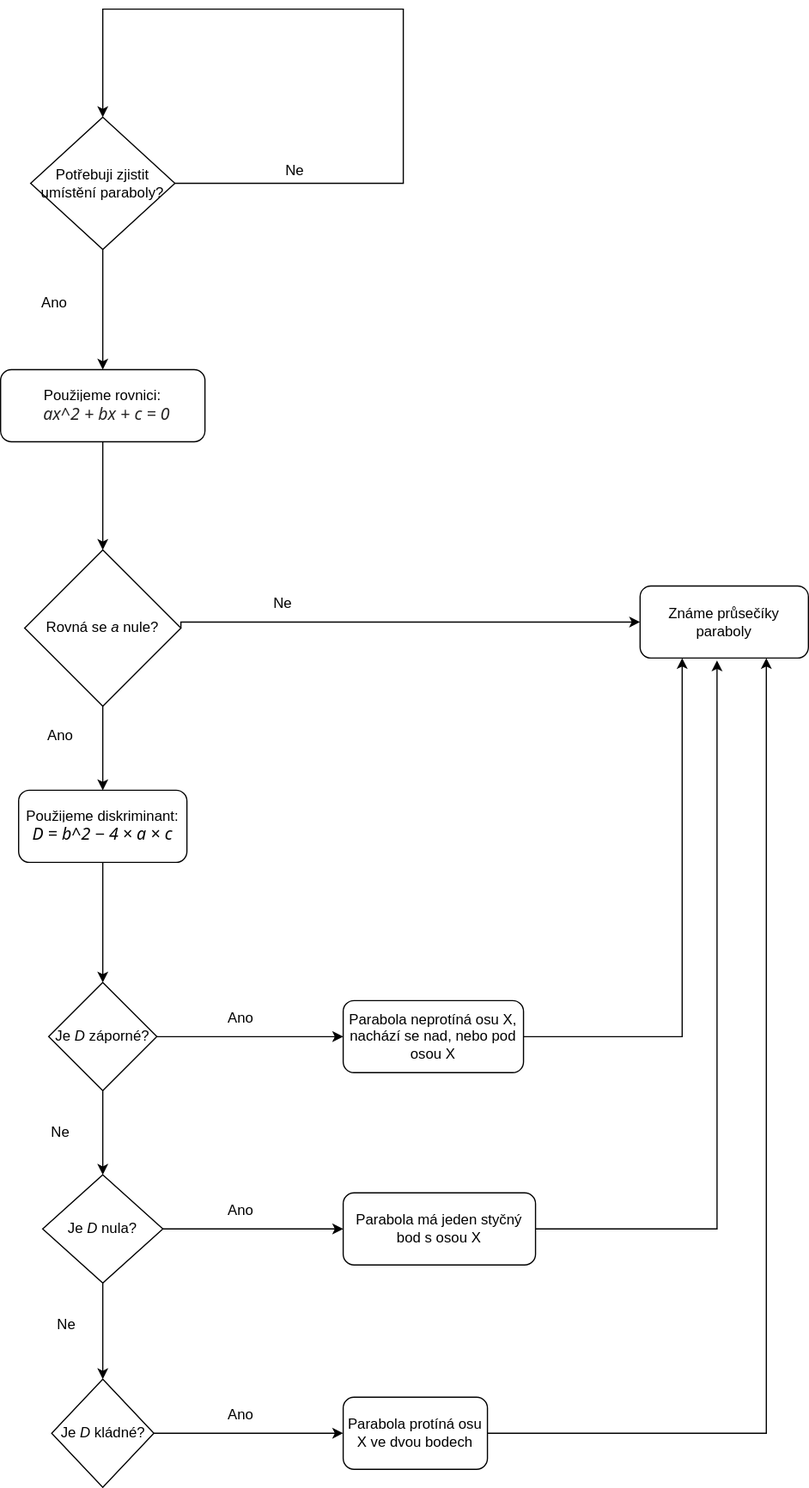
Before: Pisemka.drawio.svg, a diagram exported from draw.io (JakesJakub/diagrams1.net). Source tidied: cells renumbered, new cells last; positions are measured from the earlier drawing's top-left corner, leaving out a move shared by most shapes.
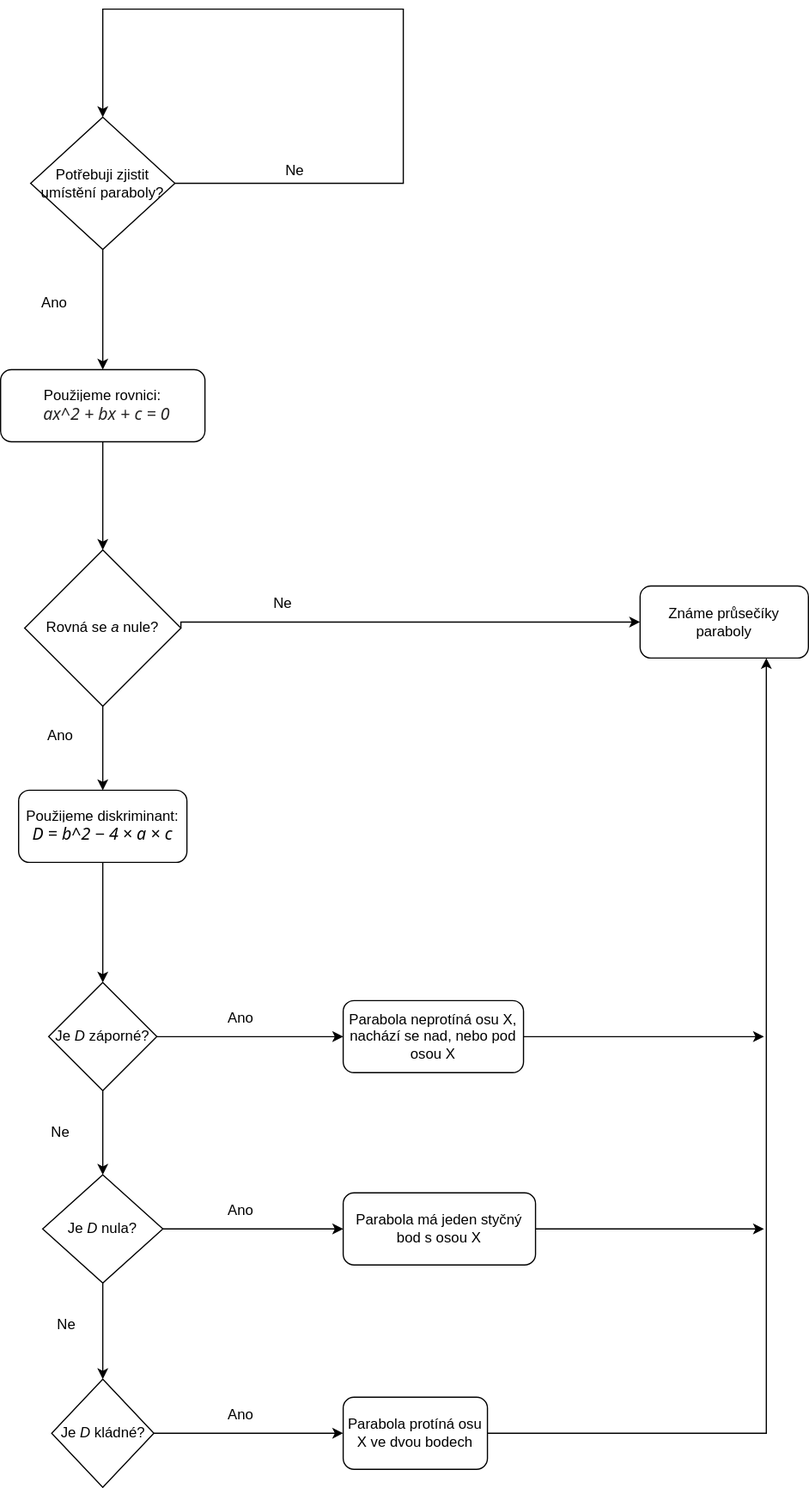
Later version of the same file.

What changed in the source:
```diff
@@ -70,9 +70,11 @@
     <mxCell id="17" value="Je &lt;i&gt;D&lt;/i&gt;&amp;nbsp;záporné?" style="rhombus;whiteSpace=wrap;html=1;" parent="1" vertex="1">
       <mxGeometry x="40" y="810" width="90" height="90" as="geometry" />
     </mxCell>
-    <mxCell id="18" style="edgeStyle=orthogonalEdgeStyle;rounded=0;jettySize=auto;html=1;exitX=1;exitY=0.5;exitDx=0;exitDy=0;entryX=0.25;entryY=1;entryDx=0;entryDy=0;" parent="1" edge="1" source="19" target="14">
-      <mxGeometry relative="1" as="geometry" />
-    </mxCell>
+    <mxCell id="36" style="edgeStyle=orthogonalEdgeStyle;rounded=0;jettySize=auto;html=1;exitX=1;exitY=0.5;exitDx=0;exitDy=0;" parent="1" edge="1" source="19">
+      <mxGeometry relative="1" as="geometry">
+        <mxPoint x="635" y="855" as="targetPoint" />
+      </mxGeometry>
+    </mxCell>
     <mxCell id="19" value="Parabola neprotíná osu X, nachází se nad, nebo pod osou X" style="rounded=1;whiteSpace=wrap;html=1;" parent="1" vertex="1">
       <mxGeometry x="285" y="825" width="150" height="60" as="geometry" />
     </mxCell>
@@ -89,13 +91,11 @@
     <mxCell id="22" value="Je &lt;i&gt;D&lt;/i&gt;&amp;nbsp;nula?" style="rhombus;whiteSpace=wrap;html=1;" parent="1" vertex="1">
       <mxGeometry x="35" y="970" width="100" height="90" as="geometry" />
     </mxCell>
-    <mxCell id="23" style="edgeStyle=orthogonalEdgeStyle;rounded=0;jettySize=auto;html=1;exitX=1;exitY=0.5;exitDx=0;exitDy=0;entryX=0.457;entryY=1.033;entryDx=0;entryDy=0;entryPerimeter=0;" parent="1" edge="1" source="24" target="14">
-      <mxGeometry relative="1" as="geometry">
-        <Array as="points">
-          <mxPoint x="596" y="1015" />
-        </Array>
-      </mxGeometry>
-    </mxCell>
+    <mxCell id="37" style="edgeStyle=orthogonalEdgeStyle;rounded=0;jettySize=auto;html=1;exitX=1;exitY=0.5;exitDx=0;exitDy=0;" parent="1" edge="1" source="24">
+      <mxGeometry relative="1" as="geometry">
+        <mxPoint x="635" y="1015" as="targetPoint" />
+      </mxGeometry>
+    </mxCell>
     <mxCell id="24" value="Parabola má jeden styčný bod s osou X" style="rounded=1;whiteSpace=wrap;html=1;" parent="1" vertex="1">
       <mxGeometry x="285" y="985" width="160" height="60" as="geometry" />
     </mxCell>
```
